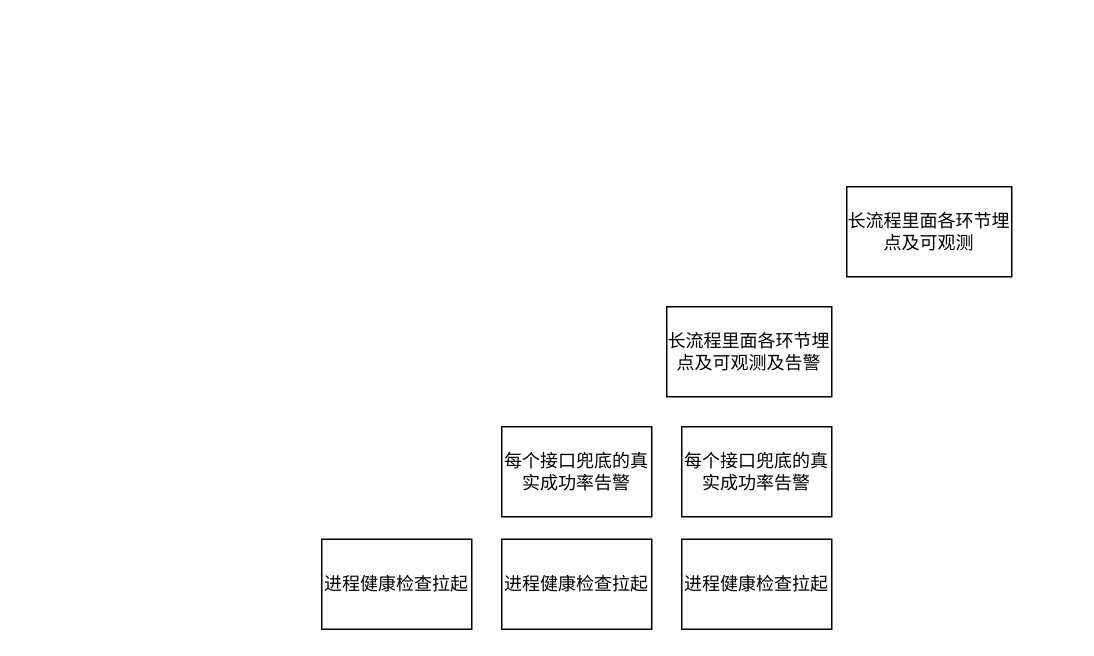
Earlier version of the draw.io diagram 监控.drawio (jingb/pythonRepo). Source tidied: cells renumbered, new cells numbered last; positions are measured from the earlier drawing's top-left corner, leaving out a move shared by most shapes. Both pictures are drawn from the tidied source at 150%, with x=0, y=0 at pixel (321, 186).
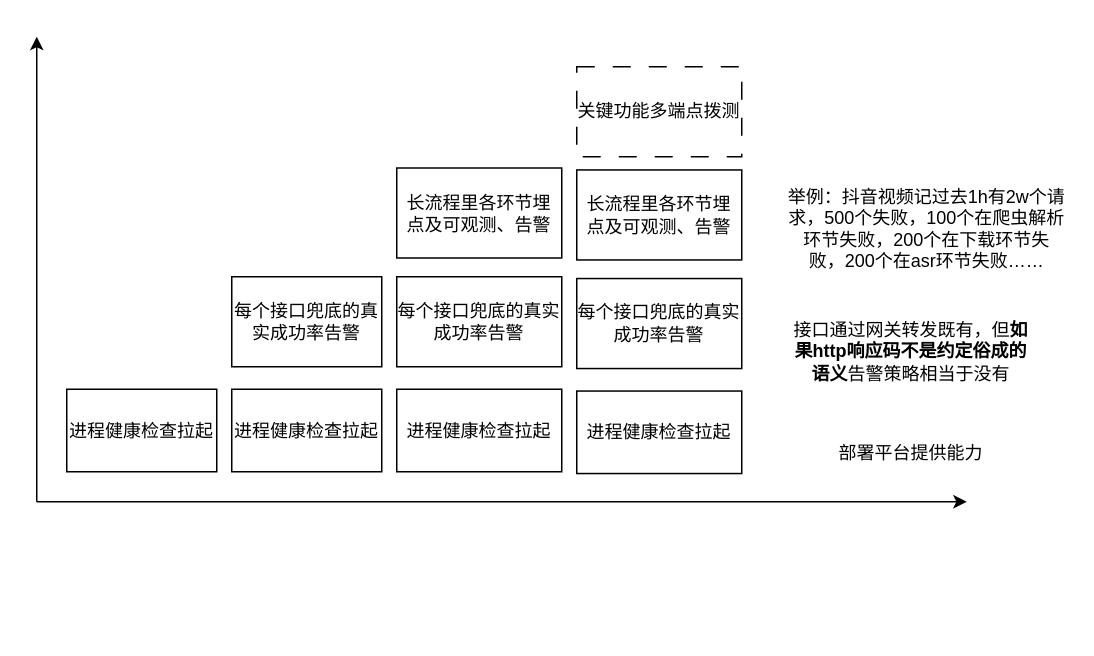
The same diagram, later.

Change to the diagram source:
```diff
@@
 <mxGraphModel>
   <root>
     <mxCell id="0" />
     <mxCell id="1" parent="0" />
     <mxCell id="2" value="进程健康检查拉起" style="rounded=0;whiteSpace=wrap;html=1;" parent="1" vertex="1">
-      <mxGeometry y="235" width="100" height="60" as="geometry" />
+      <mxGeometry x="-170" y="135" width="100" height="55" as="geometry" />
     </mxCell>
     <mxCell id="3" value="每个接口兜底的真实成功率告警" style="rounded=0;whiteSpace=wrap;html=1;" parent="1" vertex="1">
-      <mxGeometry x="120" y="160" width="100" height="60" as="geometry" />
+      <mxGeometry x="-60" y="60" width="100" height="60" as="geometry" />
     </mxCell>
-    <mxCell id="4" value="长流程里面各环节埋点及可观测及告警" style="rounded=0;whiteSpace=wrap;html=1;" parent="1" vertex="1">
-      <mxGeometry x="230" y="80" width="110" height="60" as="geometry" />
+    <mxCell id="4" value="长流程里各环节埋&lt;br&gt;点及可观测、告警" style="rounded=0;whiteSpace=wrap;html=1;" parent="1" vertex="1">
+      <mxGeometry x="50" y="-12.5" width="110" height="60" as="geometry" />
     </mxCell>
-    <mxCell id="5" value="长流程里面各环节埋点及可观测" style="rounded=0;whiteSpace=wrap;html=1;" parent="1" vertex="1">
-      <mxGeometry x="350" width="110" height="60" as="geometry" />
-    </mxCell>
     <mxCell id="6" value="进程健康检查拉起" style="rounded=0;whiteSpace=wrap;html=1;" parent="1" vertex="1">
-      <mxGeometry x="120" y="235" width="100" height="60" as="geometry" />
+      <mxGeometry x="-60" y="135" width="100" height="55" as="geometry" />
     </mxCell>
     <mxCell id="7" value="进程健康检查拉起" style="rounded=0;whiteSpace=wrap;html=1;" parent="1" vertex="1">
-      <mxGeometry x="240" y="235" width="100" height="60" as="geometry" />
+      <mxGeometry x="50" y="135" width="110" height="55" as="geometry" />
     </mxCell>
     <mxCell id="8" value="每个接口兜底的真实成功率告警" style="rounded=0;whiteSpace=wrap;html=1;" parent="1" vertex="1">
-      <mxGeometry x="240" y="160" width="100" height="60" as="geometry" />
+      <mxGeometry x="50" y="60" width="110" height="60" as="geometry" />
     </mxCell>
+    <mxCell id="9" style="endArrow=classic;html=1;rounded=0;" parent="1" edge="1">
+      <mxGeometry relative="1" as="geometry">
+        <mxPoint x="-190" y="210" as="sourcePoint" />
+        <mxPoint x="-190" y="-100" as="targetPoint" />
+      </mxGeometry>
+    </mxCell>
+    <mxCell id="10" value="部署平台提供能力" style="text;html=1;whiteSpace=wrap;strokeColor=none;fillColor=none;align=center;verticalAlign=middle;rounded=0;" parent="1" vertex="1">
+      <mxGeometry x="338" y="166.5" width="110" height="22" as="geometry" />
+    </mxCell>
+    <mxCell id="11" value="接口通过网关转发既有，但&lt;b&gt;如果http响应码不是约定俗成的语义&lt;/b&gt;告警策略相当于没有" style="text;html=1;whiteSpace=wrap;strokeColor=none;fillColor=none;align=center;verticalAlign=middle;rounded=0;" parent="1" vertex="1">
+      <mxGeometry x="310" y="75" width="166" height="70" as="geometry" />
+    </mxCell>
+    <mxCell id="12" value="举例：抖音视频记过去1h有2w个请求，500个失败，100个在爬虫解析环节失败，200个在下载环节失败，200个在asr环节失败……" style="text;html=1;whiteSpace=wrap;strokeColor=none;fillColor=none;align=center;verticalAlign=middle;rounded=0;" parent="1" vertex="1">
+      <mxGeometry x="310" y="-20" width="187" height="95" as="geometry" />
+    </mxCell>
+    <mxCell id="13" style="endArrow=classic;html=1;rounded=0;" parent="1" edge="1">
+      <mxGeometry relative="1" as="geometry">
+        <mxPoint x="-190" y="210" as="sourcePoint" />
+        <mxPoint x="430" y="210" as="targetPoint" />
+      </mxGeometry>
+    </mxCell>
+    <mxCell id="14" value="长流程里各环节埋&lt;br&gt;点及可观测、告警" style="rounded=0;whiteSpace=wrap;html=1;" parent="1" vertex="1">
+      <mxGeometry x="170" y="-11.2" width="110" height="60" as="geometry" />
+    </mxCell>
+    <mxCell id="15" value="进程健康检查拉起" style="rounded=0;whiteSpace=wrap;html=1;" parent="1" vertex="1">
+      <mxGeometry x="170" y="136.2" width="110" height="55" as="geometry" />
+    </mxCell>
+    <mxCell id="16" value="每个接口兜底的真实成功率告警" style="rounded=0;whiteSpace=wrap;html=1;" parent="1" vertex="1">
+      <mxGeometry x="170" y="61.2" width="110" height="60" as="geometry" />
+    </mxCell>
+    <mxCell id="17" value="关键功能多端点拨测" style="rounded=0;whiteSpace=wrap;html=1;dashed=1;dashPattern=12 12;" parent="1" vertex="1">
+      <mxGeometry x="170" y="-80" width="110" height="60" as="geometry" />
+    </mxCell>
   </root>
 </mxGraphModel>
```
